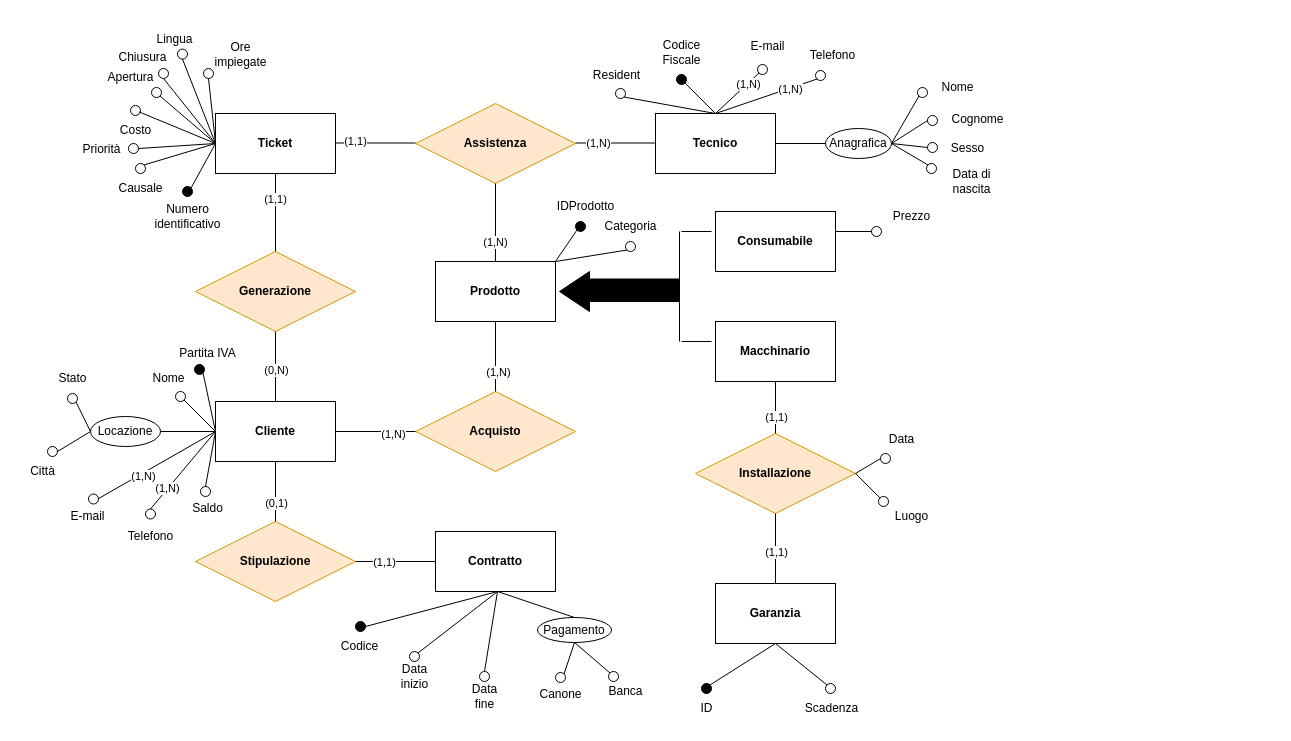
Before: Diagrammi/er finale concettuale.drawio in fedeStaffo/Progetto_Basi_di_dati, a draw.io diagram. Source tidied: cells renumbered, new cells numbered last; positions are measured from the earlier drawing's top-left corner, leaving out a move shared by most shapes. Both pictures are drawn from the tidied source at 100%, with x=0, y=0 at pixel (17, 24).
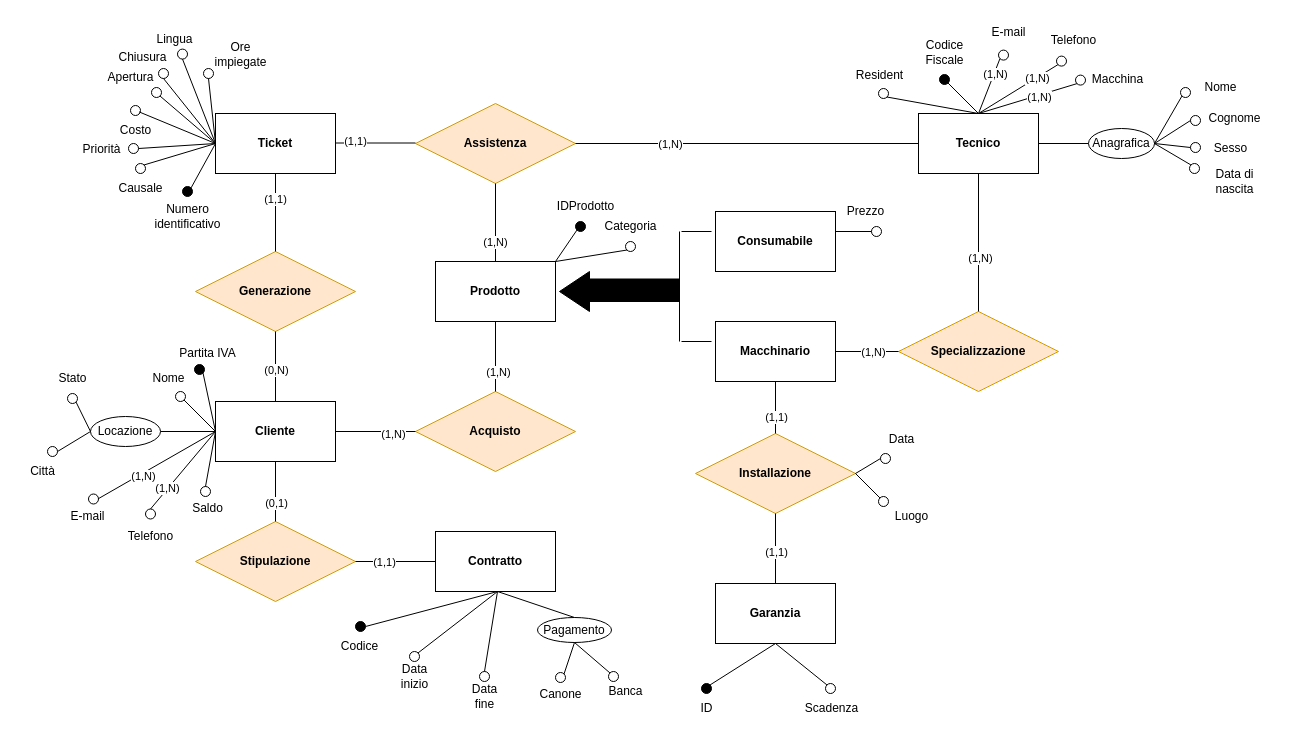
The same page after the edit.

The change refers to these unchanged cells:
```xml
<mxCell id="10" value="&lt;b&gt;Assistenza&lt;/b&gt;" style="rhombus;whiteSpace=wrap;html=1;fillColor=#ffe6cc;strokeColor=#d79b00;" parent="1" vertex="1">
  <mxGeometry x="398" y="79" width="160" height="80" as="geometry" />
</mxCell>
<mxCell id="43" value="&lt;b&gt;Macchinario&lt;/b&gt;" style="rounded=0;whiteSpace=wrap;html=1;" parent="1" vertex="1">
  <mxGeometry x="698" y="297" width="120" height="60" as="geometry" />
</mxCell>
```

Diff of the diagram source:
```diff
@@
     <mxCell id="5" value="&lt;b&gt;Tecnico&lt;/b&gt;" style="rounded=0;whiteSpace=wrap;html=1;" parent="1" vertex="1">
-      <mxGeometry x="638" y="89" width="120" height="60" as="geometry" />
+      <mxGeometry x="901" y="89" width="120" height="60" as="geometry" />
     </mxCell>
@@
-    <mxCell id="13" style="endArrow=none;html=1;rounded=0;" parent="1" edge="1">
-      <mxGeometry relative="1" as="geometry">
-        <mxPoint x="558" y="118.5" as="sourcePoint" />
-        <mxPoint x="638" y="118.5" as="targetPoint" />
-      </mxGeometry>
+    <mxCell id="13" style="endArrow=none;html=1;rounded=0;exitX=1;exitY=0.5;exitDx=0;exitDy=0;entryX=0;entryY=0.5;entryDx=0;entryDy=0;" parent="1" edge="1" source="10" target="5">
+      <mxGeometry relative="1" as="geometry" />
     </mxCell>
@@
     <mxCell id="42" value="Prezzo" style="text;html=1;align=center;verticalAlign=middle;strokeColor=none;fillColor=none;" parent="1" vertex="1">
-      <mxGeometry x="864" y="177" width="60" height="30" as="geometry" />
+      <mxGeometry x="818" y="172" width="60" height="30" as="geometry" />
     </mxCell>
@@
     <mxCell id="63" style="ellipse;whiteSpace=wrap;html=1;fillColor=#000000;" parent="1" vertex="1">
-      <mxGeometry x="659" y="50" width="10" height="10" as="geometry" />
+      <mxGeometry x="922" y="50" width="10" height="10" as="geometry" />
     </mxCell>
     <mxCell id="64" style="ellipse;whiteSpace=wrap;html=1;" parent="1" vertex="1">
-      <mxGeometry x="900" y="63" width="10" height="10" as="geometry" />
+      <mxGeometry x="1163" y="63" width="10" height="10" as="geometry" />
     </mxCell>
     <mxCell id="65" style="ellipse;whiteSpace=wrap;html=1;" parent="1" vertex="1">
-      <mxGeometry x="910" y="91" width="10" height="10" as="geometry" />
+      <mxGeometry x="1173" y="91" width="10" height="10" as="geometry" />
     </mxCell>
     <mxCell id="66" value="Codice&lt;br&gt;Fiscale" style="text;html=1;align=center;verticalAlign=middle;strokeColor=none;fillColor=none;" parent="1" vertex="1">
-      <mxGeometry x="634" y="8" width="60" height="40" as="geometry" />
+      <mxGeometry x="897" y="8" width="60" height="40" as="geometry" />
     </mxCell>
     <mxCell id="67" value="Nome" style="text;html=1;align=center;verticalAlign=middle;strokeColor=none;fillColor=none;" parent="1" vertex="1">
-      <mxGeometry x="910" y="48" width="60" height="30" as="geometry" />
+      <mxGeometry x="1173" y="48" width="60" height="30" as="geometry" />
     </mxCell>
     <mxCell id="68" value="Anagrafica" style="ellipse;whiteSpace=wrap;html=1;" parent="1" vertex="1">
-      <mxGeometry x="808" y="104" width="66" height="30" as="geometry" />
+      <mxGeometry x="1071" y="104" width="66" height="30" as="geometry" />
     </mxCell>
     <mxCell id="69" value="Cognome" style="text;html=1;align=center;verticalAlign=middle;strokeColor=none;fillColor=none;" parent="1" vertex="1">
-      <mxGeometry x="920" y="80" width="80" height="30" as="geometry" />
+      <mxGeometry x="1177" y="79" width="80" height="30" as="geometry" />
     </mxCell>
     <mxCell id="70" value="Sesso" style="text;html=1;align=center;verticalAlign=middle;strokeColor=none;fillColor=none;" parent="1" vertex="1">
-      <mxGeometry x="920" y="109" width="60" height="30" as="geometry" />
+      <mxGeometry x="1183" y="109" width="60" height="30" as="geometry" />
     </mxCell>
     <mxCell id="71" style="ellipse;whiteSpace=wrap;html=1;" parent="1" vertex="1">
-      <mxGeometry x="910" y="118" width="10" height="10" as="geometry" />
+      <mxGeometry x="1173" y="118" width="10" height="10" as="geometry" />
     </mxCell>
     <mxCell id="72" style="ellipse;whiteSpace=wrap;html=1;" parent="1" vertex="1">
-      <mxGeometry x="909" y="139" width="10" height="10" as="geometry" />
+      <mxGeometry x="1172" y="139" width="10" height="10" as="geometry" />
     </mxCell>
     <mxCell id="73" value="Data di&lt;br&gt;nascita" style="text;html=1;align=center;verticalAlign=middle;strokeColor=none;fillColor=none;" parent="1" vertex="1">
-      <mxGeometry x="924" y="137" width="60" height="40" as="geometry" />
+      <mxGeometry x="1187" y="137" width="60" height="40" as="geometry" />
     </mxCell>
     <mxCell id="74" style="ellipse;whiteSpace=wrap;html=1;" parent="1" vertex="1">
-      <mxGeometry x="598" y="64" width="10" height="10" as="geometry" />
+      <mxGeometry x="861" y="64" width="10" height="10" as="geometry" />
     </mxCell>
     <mxCell id="75" value="Resident" style="text;html=1;align=center;verticalAlign=middle;strokeColor=none;fillColor=none;" parent="1" vertex="1">
-      <mxGeometry x="564" y="36" width="70" height="30" as="geometry" />
+      <mxGeometry x="827" y="36" width="70" height="30" as="geometry" />
     </mxCell>
     <mxCell id="76" style="ellipse;whiteSpace=wrap;html=1;" parent="1" vertex="1">
-      <mxGeometry x="740" y="40" width="10" height="10" as="geometry" />
+      <mxGeometry x="981" y="25.6" width="10" height="10" as="geometry" />
     </mxCell>
     <mxCell id="77" value="E-mail" style="text;html=1;align=center;verticalAlign=middle;strokeColor=none;fillColor=none;" parent="1" vertex="1">
-      <mxGeometry x="720" y="7" width="60" height="30" as="geometry" />
+      <mxGeometry x="961" y="-7.4" width="60" height="30" as="geometry" />
     </mxCell>
     <mxCell id="78" value="Telefono" style="text;html=1;align=center;verticalAlign=middle;strokeColor=none;fillColor=none;" parent="1" vertex="1">
-      <mxGeometry x="780" y="15.5" width="70" height="30" as="geometry" />
+      <mxGeometry x="1021" y="1.1" width="70" height="30" as="geometry" />
     </mxCell>
     <mxCell id="79" style="ellipse;whiteSpace=wrap;html=1;" parent="1" vertex="1">
-      <mxGeometry x="798" y="46" width="10" height="10" as="geometry" />
+      <mxGeometry x="1039" y="31.6" width="10" height="10" as="geometry" />
     </mxCell>
@@
+    <mxCell id="157" style="ellipse;whiteSpace=wrap;html=1;" parent="1" vertex="1">
+      <mxGeometry x="1058" y="50.6" width="10" height="10" as="geometry" />
+    </mxCell>
+    <mxCell id="158" value="Macchina" style="text;html=1;align=center;verticalAlign=middle;strokeColor=none;fillColor=none;" parent="1" vertex="1">
+      <mxGeometry x="1065" y="41.6" width="69" height="26" as="geometry" />
+    </mxCell>
+    <mxCell id="159" style="endArrow=none;html=1;rounded=0;entryX=0;entryY=1;entryDx=0;entryDy=0;exitX=0.5;exitY=0;exitDx=0;exitDy=0;" parent="1" edge="1" source="5" target="157">
+      <mxGeometry relative="1" as="geometry" />
+    </mxCell>
+    <mxCell id="160" value="(1,N)" style="edgeLabel;html=1;align=center;verticalAlign=middle;" parent="159" vertex="1">
+      <mxGeometry x="0.22" y="-2" relative="1" as="geometry" />
+    </mxCell>
+    <mxCell id="161" value="&lt;b&gt;Specializzazione&lt;/b&gt;" style="rhombus;whiteSpace=wrap;html=1;fillColor=#ffe6cc;strokeColor=#d79b00;" parent="1" vertex="1">
+      <mxGeometry x="881" y="287" width="160" height="80" as="geometry" />
+    </mxCell>
+    <mxCell id="162" style="endArrow=none;html=1;rounded=0;exitX=1;exitY=0.5;exitDx=0;exitDy=0;" parent="1" edge="1" source="43" target="161">
+      <mxGeometry relative="1" as="geometry" />
+    </mxCell>
+    <mxCell id="163" value="(1,N)" style="edgeLabel;html=1;align=center;verticalAlign=middle;" parent="162" vertex="1">
+      <mxGeometry x="0.42" relative="1" as="geometry">
+        <mxPoint x="-8" as="offset" />
+      </mxGeometry>
+    </mxCell>
+    <mxCell id="164" style="endArrow=none;html=1;rounded=0;entryX=0.5;entryY=1;entryDx=0;entryDy=0;" parent="1" edge="1" source="161" target="5">
+      <mxGeometry relative="1" as="geometry" />
+    </mxCell>
+    <mxCell id="165" value="(1,N)" style="edgeLabel;html=1;align=center;verticalAlign=middle;" parent="164" vertex="1">
+      <mxGeometry x="-0.22" y="-1" relative="1" as="geometry" />
+    </mxCell>
```
